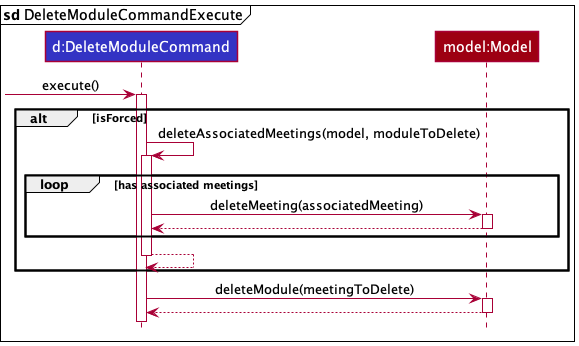
Before: docs/images/DeleteModuleSequenceDiagramReferenceFrame.png, a diagram exported from PlantUML (zfs-old-crap/linkytime). The source it was exported from:
```plantuml
@startuml
!include style.puml

mainframe **sd** DeleteModuleCommandExecute

participant "d:DeleteModuleCommand" as DeleteModuleCommand LOGIC_COLOR

participant "model:Model" as Model MODEL_COLOR

[-> DeleteModuleCommand : execute()
activate DeleteModuleCommand

alt isForced
    DeleteModuleCommand -> DeleteModuleCommand : deleteAssociatedMeetings(model, moduleToDelete)
    activate DeleteModuleCommand

    loop has associated meetings
        DeleteModuleCommand -> Model : deleteMeeting(associatedMeeting)
        activate Model

        Model ---> DeleteModuleCommand
        deactivate Model
        end

    DeleteModuleCommand ---> DeleteModuleCommand
    deactivate DeleteModuleCommand
    end

DeleteModuleCommand -> Model : deleteModule(meetingToDelete)
activate Model

Model --> DeleteModuleCommand
deactivate Model

@enduml
```
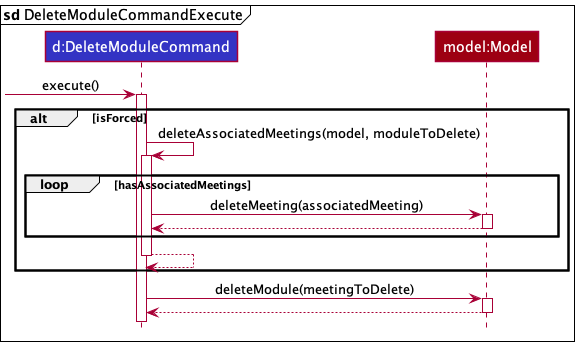
The same file after the commit.

Commit message:
Update delete module UML diagram

Change to the diagram source:
```diff
@@ -14,7 +14,7 @@
     DeleteModuleCommand -> DeleteModuleCommand : deleteAssociatedMeetings(model, moduleToDelete)
     activate DeleteModuleCommand
 
-    loop has associated meetings
+    loop hasAssociatedMeetings
         DeleteModuleCommand -> Model : deleteMeeting(associatedMeeting)
         activate Model
 
```
